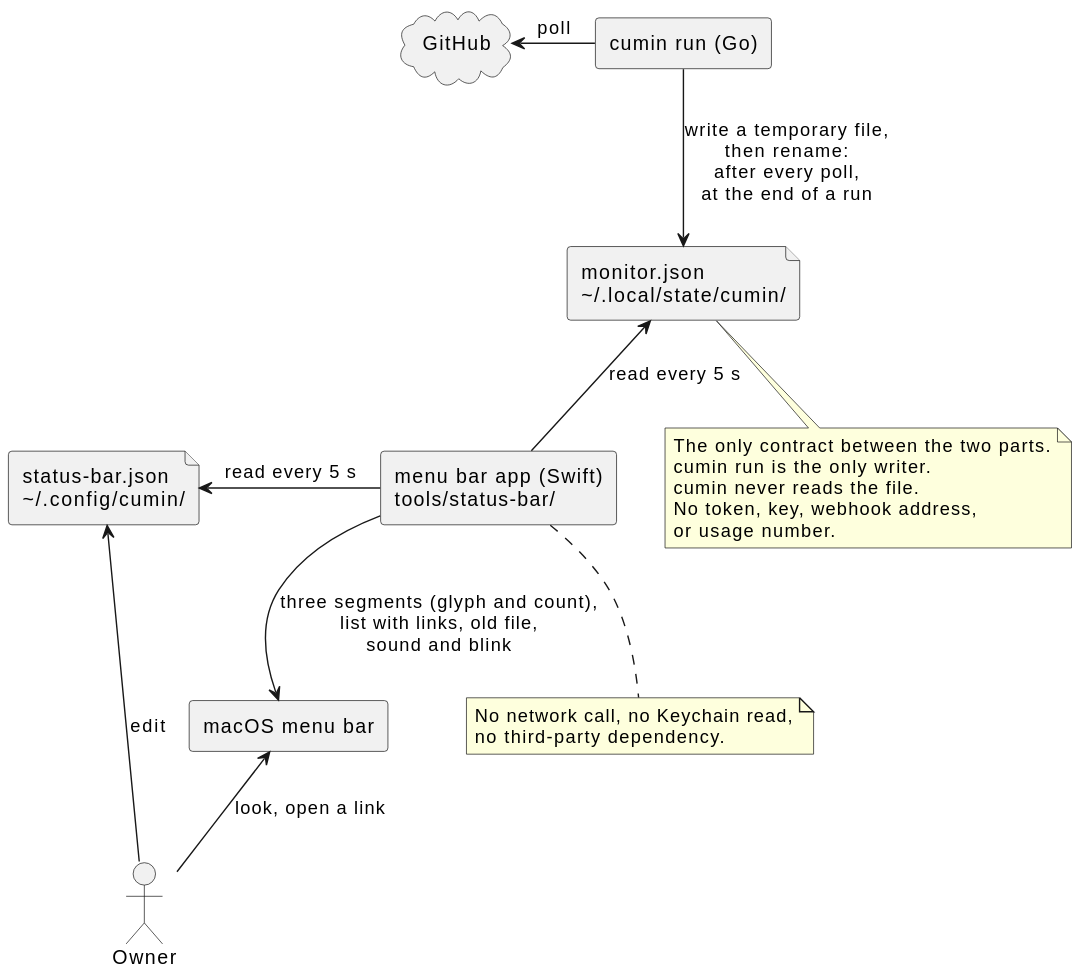
This is docs/ja/designs/status-menu-bar.svg from cloveclovedev/cumin-works, a PlantUML export, as it was before one commit.
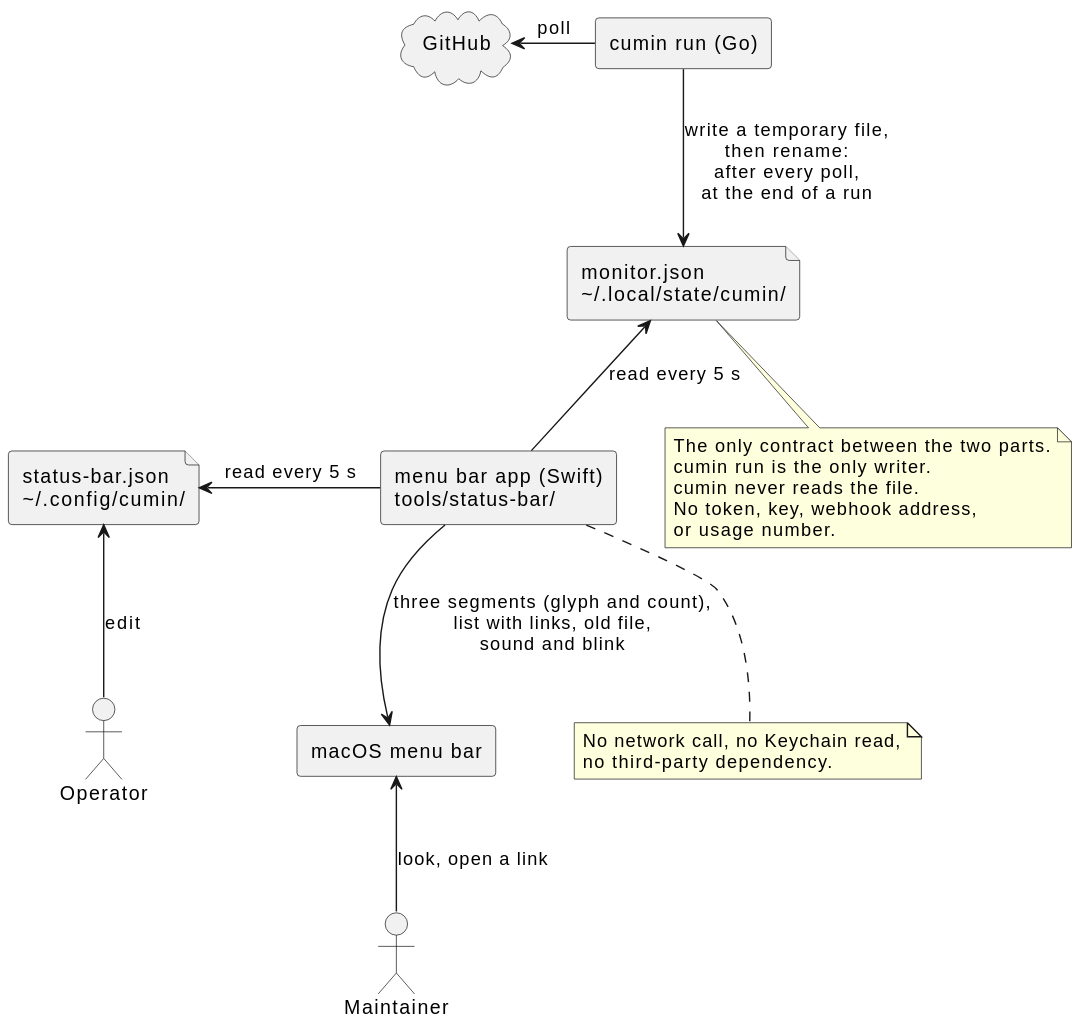
The same diagram one commit later.

The edit, as a diff of the source:
```diff
@@ -2,7 +2,8 @@
 skinparam shadowing false
 skinparam defaultFontName sans-serif
 
-actor Owner
+actor Maintainer
+actor Operator
 cloud "GitHub" as github
 
 rectangle "cumin run (Go)" as run
@@ -16,8 +17,8 @@
 app -up-> status : read every 5 s
 app -left-> config : read every 5 s
 app --> bar : three segments (glyph and count),\nlist with links, old file,\nsound and blink
-Owner -up-> bar : look, open a link
-Owner -up-> config : edit
+Maintainer -up-> bar : look, open a link
+Operator -up-> config : edit
 
 note bottom of status
   The only contract between the two parts.
```
